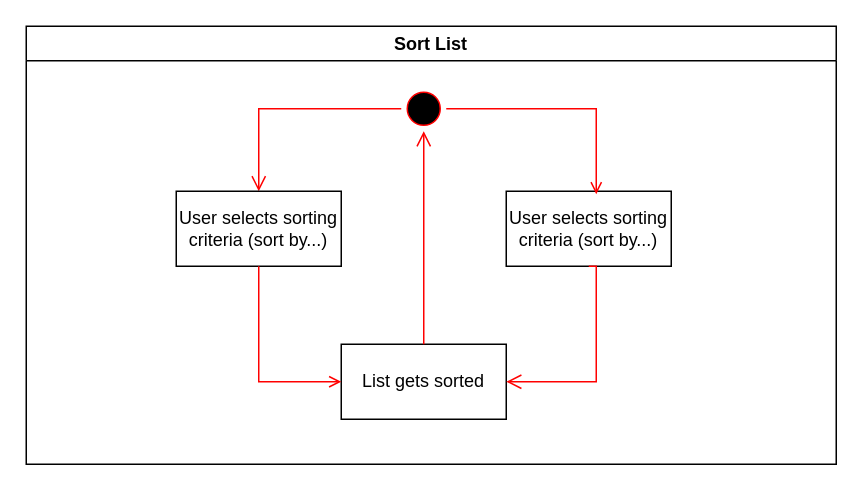
The draw.io diagram diagrams/working/se_activity_diagram_sort-list.drawio in TuDU-SE/documentation, before the edit. Source tidied: cells renumbered, new cells numbered last; positions are measured from the earlier drawing's top-left corner, leaving out a move shared by most shapes. Both pictures are drawn from the tidied source at 150%, with x=0, y=0 at pixel (26, 26).
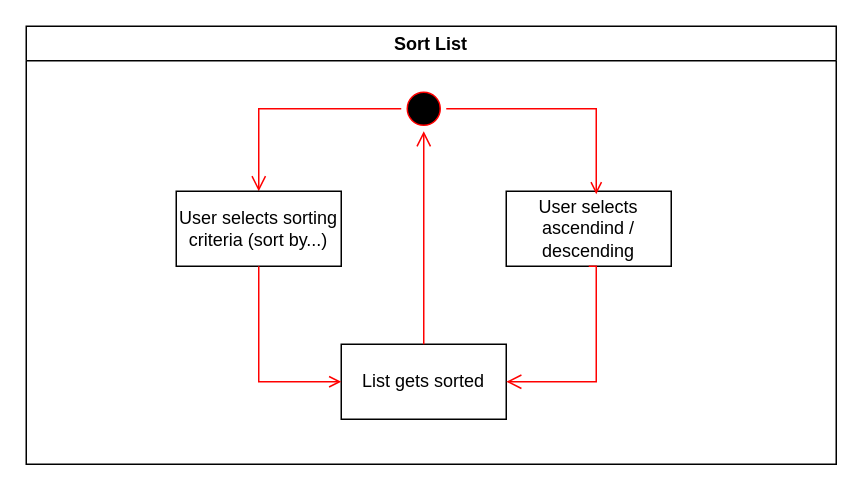
After the change.

Diff of the diagram source:
```diff
@@
 <mxGraphModel>
   <root>
     <mxCell id="0" />
     <mxCell id="1" parent="0" />
     <mxCell id="2" value="Sort List" style="swimlane;whiteSpace=wrap;startSize=23;" parent="1" vertex="1">
       <mxGeometry width="540" height="292" as="geometry" />
     </mxCell>
     <mxCell id="3" style="ellipse;shape=startState;fillColor=#000000;strokeColor=#ff0000;" parent="2" vertex="1">
       <mxGeometry x="250" y="40" width="30" height="30" as="geometry" />
     </mxCell>
     <mxCell id="4" style="edgeStyle=elbowEdgeStyle;elbow=horizontal;verticalAlign=bottom;endArrow=open;endSize=8;strokeColor=#FF0000;endFill=1;rounded=0;entryX=0.5;entryY=0;entryDx=0;entryDy=0;" parent="2" edge="1" source="3" target="5">
       <mxGeometry x="100" y="40" as="geometry">
         <Array as="points">
           <mxPoint x="155" y="72" />
         </Array>
       </mxGeometry>
     </mxCell>
     <mxCell id="5" value="User selects sorting criteria (sort by...)" style="whiteSpace=wrap;" parent="2" vertex="1">
       <mxGeometry x="100" y="110" width="110" height="50" as="geometry" />
     </mxCell>
     <mxCell id="6" value="List gets sorted" style="whiteSpace=wrap;" parent="2" vertex="1">
       <mxGeometry x="210" y="212" width="110" height="50" as="geometry" />
     </mxCell>
     <mxCell id="7" style="endArrow=open;strokeColor=#FF0000;endFill=1;rounded=0;entryX=0;entryY=0.5;entryDx=0;entryDy=0;exitX=0.5;exitY=1;exitDx=0;exitDy=0;" parent="2" edge="1" source="5" target="6">
       <mxGeometry relative="1" as="geometry">
         <Array as="points">
           <mxPoint x="155" y="237" />
         </Array>
       </mxGeometry>
     </mxCell>
-    <mxCell id="8" value="User selects sorting criteria (sort by...)" style="whiteSpace=wrap;" parent="2" vertex="1">
+    <mxCell id="8" value="User selects ascendind / descending" style="whiteSpace=wrap;" parent="2" vertex="1">
       <mxGeometry x="320" y="110" width="110" height="50" as="geometry" />
     </mxCell>
     <mxCell id="9" style="edgeStyle=elbowEdgeStyle;elbow=horizontal;verticalAlign=bottom;endArrow=open;endSize=8;strokeColor=#FF0000;endFill=1;rounded=0;entryX=1;entryY=0.5;entryDx=0;entryDy=0;exitX=0.5;exitY=1;exitDx=0;exitDy=0;" parent="2" edge="1" source="8" target="6">
       <mxGeometry x="70" y="59" as="geometry">
         <Array as="points">
           <mxPoint x="380" y="232" />
         </Array>
       </mxGeometry>
     </mxCell>
     <mxCell id="10" style="endArrow=open;strokeColor=#FF0000;endFill=1;rounded=0;exitX=1;exitY=0.5;exitDx=0;exitDy=0;" parent="2" edge="1" source="3">
       <mxGeometry relative="1" as="geometry">
         <mxPoint x="380" y="112" as="targetPoint" />
         <Array as="points">
           <mxPoint x="380" y="55" />
         </Array>
       </mxGeometry>
     </mxCell>
     <mxCell id="11" style="edgeStyle=elbowEdgeStyle;elbow=horizontal;verticalAlign=bottom;endArrow=open;endSize=8;strokeColor=#FF0000;endFill=1;rounded=0;exitX=0.5;exitY=0;exitDx=0;exitDy=0;entryX=0.5;entryY=1;entryDx=0;entryDy=0;" parent="2" edge="1" source="6" target="3">
       <mxGeometry x="-174.6" y="113" as="geometry" />
     </mxCell>
   </root>
 </mxGraphModel>
```
